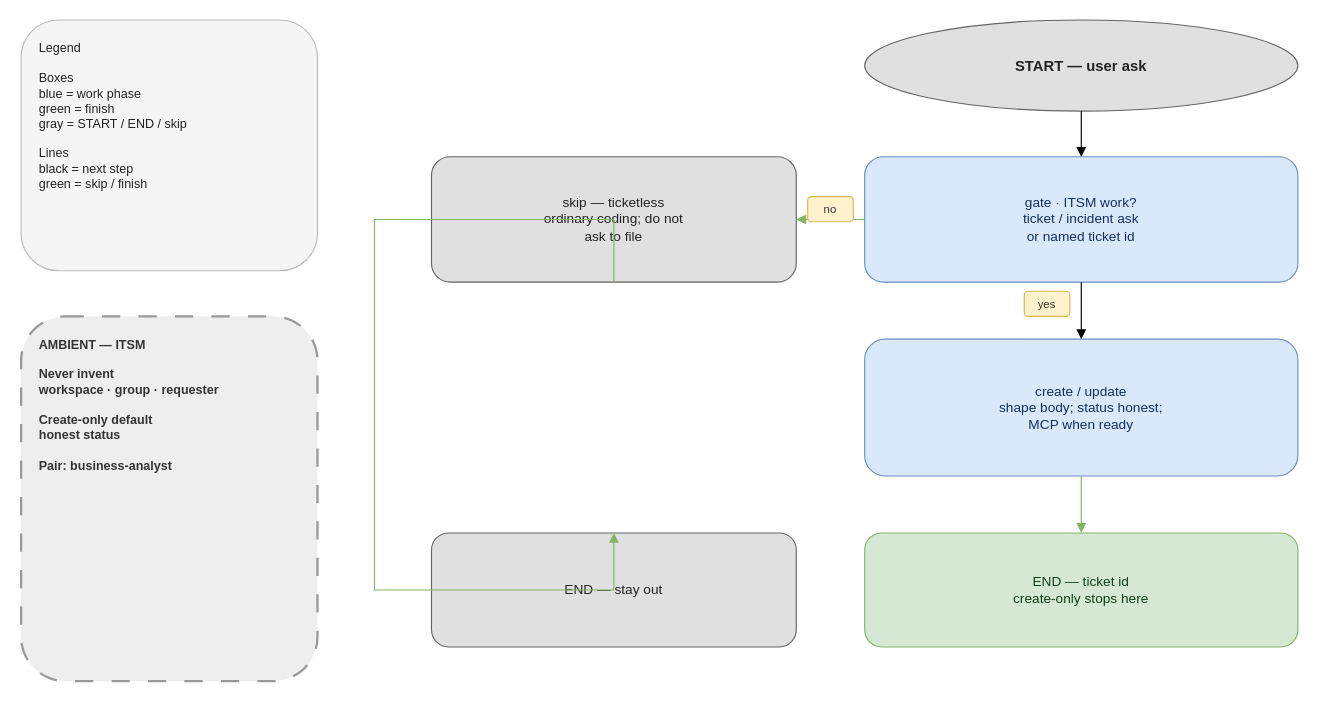
nodadyoushutup/marketplace keeps this draw.io diagram as plugins/freshservice/docs/freshservice-workflow.drawio. Above is the earlier version. Source tidied: cells renumbered, new cells numbered last; positions are measured from the earlier drawing's top-left corner, leaving out a move shared by most shapes. Both pictures are drawn from the tidied source at 114%, with x=0, y=0 at pixel (21, 19).
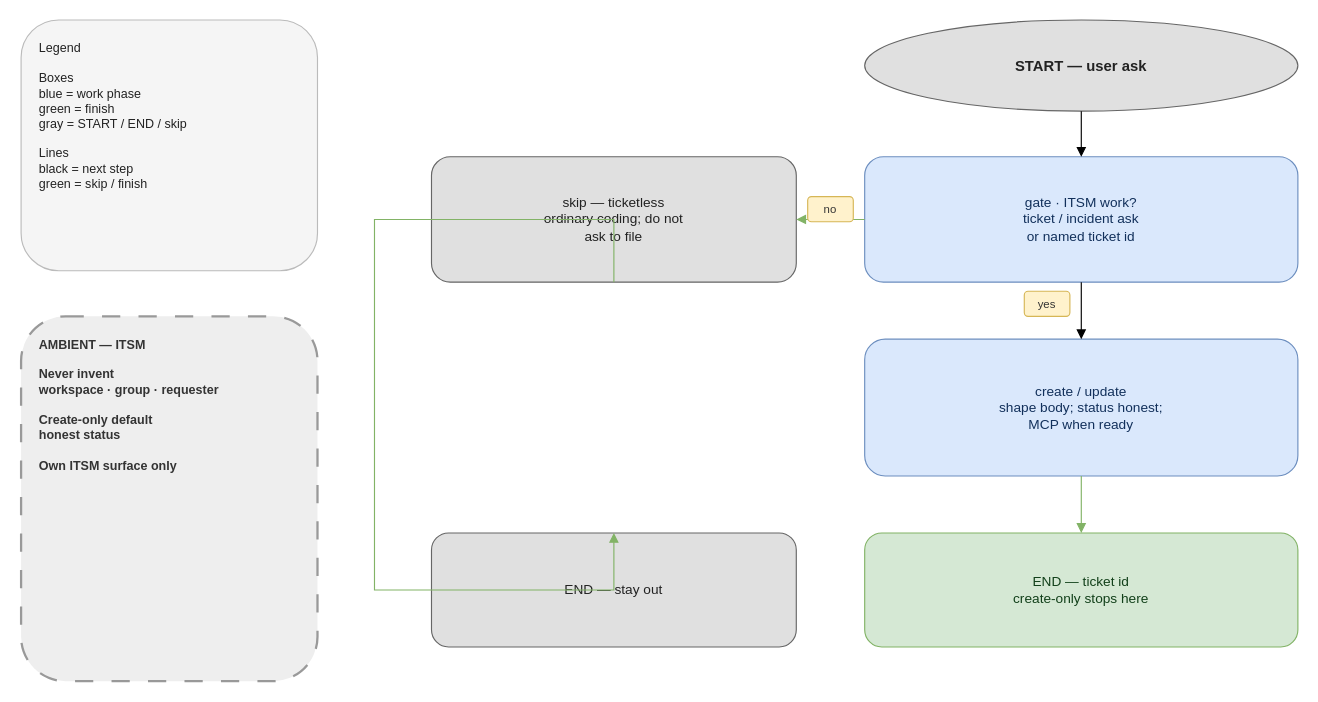
The same diagram, later.

The edit, as a diff of the source:
```diff
@@
 <mxGraphModel>
   <root>
     <mxCell id="0" />
     <mxCell id="1" parent="0" />
     <mxCell id="2" value="Legend&#10;&#10;Boxes&#10;blue = work phase&#10;green = finish&#10;gray = START / END / skip&#10;&#10;Lines&#10;black = next step&#10;green = skip / finish" style="rounded=1;whiteSpace=wrap;html=1;align=left;verticalAlign=top;spacingLeft=14;spacingRight=14;spacingTop=12;spacingBottom=12;fontSize=11;fillColor=#f5f5f5;strokeColor=#bbbbbb;fontColor=#222222;" parent="1" vertex="1">
       <mxGeometry width="260" height="220" as="geometry" />
     </mxCell>
-    <mxCell id="3" value="AMBIENT — ITSM&#10;&#10;Never invent&#10;workspace · group · requester&#10;&#10;Create-only default&#10;honest status&#10;&#10;Pair: business-analyst" style="rounded=1;whiteSpace=wrap;html=1;dashed=1;dashPattern=8 8;align=left;verticalAlign=top;spacingLeft=14;spacingRight=14;spacingTop=12;spacingBottom=12;fontSize=11;fontStyle=1;fillColor=#eeeeee;strokeColor=#999999;strokeWidth=2;fontColor=#333333;" parent="1" vertex="1">
+    <mxCell id="3" value="AMBIENT — ITSM&#10;&#10;Never invent&#10;workspace · group · requester&#10;&#10;Create-only default&#10;honest status&#10;&#10;Own ITSM surface only" style="rounded=1;whiteSpace=wrap;html=1;dashed=1;dashPattern=8 8;align=left;verticalAlign=top;spacingLeft=14;spacingRight=14;spacingTop=12;spacingBottom=12;fontSize=11;fontStyle=1;fillColor=#eeeeee;strokeColor=#999999;strokeWidth=2;fontColor=#333333;" parent="1" vertex="1">
       <mxGeometry y="260" width="260" height="320" as="geometry" />
     </mxCell>
     <mxCell id="4" value="START — user ask" style="ellipse;whiteSpace=wrap;html=1;align=center;verticalAlign=middle;fontSize=13;fontStyle=1;fillColor=#e0e0e0;strokeColor=#666666;fontColor=#222222;" parent="1" vertex="1">
       <mxGeometry x="740" width="380" height="80" as="geometry" />
     </mxCell>
     <mxCell id="5" value="gate · ITSM work?&#10;ticket / incident ask&#10;or named ticket id" style="rounded=1;whiteSpace=wrap;html=1;align=center;verticalAlign=middle;spacingLeft=12;spacingRight=12;fontSize=12;fillColor=#dae8fc;strokeColor=#6c8ebf;fontColor=#12305B;" parent="1" vertex="1">
       <mxGeometry x="740" y="120" width="380" height="110" as="geometry" />
     </mxCell>
     <mxCell id="6" value="skip — ticketless&#10;ordinary coding; do not&#10;ask to file" style="rounded=1;whiteSpace=wrap;html=1;align=center;verticalAlign=middle;spacingLeft=12;spacingRight=12;fontSize=12;fillColor=#e0e0e0;strokeColor=#666666;fontColor=#222222;" parent="1" vertex="1">
       <mxGeometry x="360" y="120" width="320" height="110" as="geometry" />
     </mxCell>
     <mxCell id="7" value="create / update&#10;shape body; status honest;&#10;MCP when ready" style="rounded=1;whiteSpace=wrap;html=1;align=center;verticalAlign=middle;spacingLeft=12;spacingRight=12;fontSize=12;fillColor=#dae8fc;strokeColor=#6c8ebf;fontColor=#12305B;" parent="1" vertex="1">
       <mxGeometry x="740" y="280" width="380" height="120" as="geometry" />
     </mxCell>
     <mxCell id="8" value="END — ticket id&#10;create-only stops here" style="rounded=1;whiteSpace=wrap;html=1;align=center;verticalAlign=middle;spacingLeft=12;spacingRight=12;fontSize=12;fillColor=#d5e8d4;strokeColor=#82b366;fontColor=#12401A;" parent="1" vertex="1">
       <mxGeometry x="740" y="450" width="380" height="100" as="geometry" />
     </mxCell>
     <mxCell id="9" value="END — stay out" style="rounded=1;whiteSpace=wrap;html=1;align=center;verticalAlign=middle;spacingLeft=12;spacingRight=12;fontSize=12;fillColor=#e0e0e0;strokeColor=#666666;fontColor=#222222;" parent="1" vertex="1">
       <mxGeometry x="360" y="450" width="320" height="100" as="geometry" />
     </mxCell>
     <mxCell id="10" style="edgeStyle=orthogonalEdgeStyle;rounded=0;html=1;endArrow=block;jumpStyle=arc;jumpSize=10;exitX=0.5;exitY=1;entryX=0.5;entryY=0;" parent="1" edge="1" source="4" target="5">
       <mxGeometry relative="1" as="geometry" />
     </mxCell>
     <mxCell id="11" style="edgeStyle=orthogonalEdgeStyle;rounded=0;html=1;endArrow=block;jumpStyle=arc;jumpSize=10;strokeColor=#82b366;exitX=0;exitY=0.5;entryX=1;entryY=0.5;" parent="1" edge="1" source="5" target="6">
       <mxGeometry relative="1" as="geometry" />
     </mxCell>
     <mxCell id="12" value="no" style="rounded=1;whiteSpace=wrap;html=1;align=center;verticalAlign=middle;fontSize=10;fillColor=#fff2cc;strokeColor=#d6b656;fontColor=#333333;" parent="1" vertex="1">
       <mxGeometry x="690" y="155" width="40" height="22" as="geometry" />
     </mxCell>
     <mxCell id="13" style="edgeStyle=orthogonalEdgeStyle;rounded=0;html=1;endArrow=block;jumpStyle=arc;jumpSize=10;exitX=0.5;exitY=1;entryX=0.5;entryY=0;" parent="1" edge="1" source="5" target="7">
       <mxGeometry relative="1" as="geometry" />
     </mxCell>
     <mxCell id="14" value="yes" style="rounded=1;whiteSpace=wrap;html=1;align=center;verticalAlign=middle;fontSize=10;fillColor=#fff2cc;strokeColor=#d6b656;fontColor=#333333;" parent="1" vertex="1">
       <mxGeometry x="880" y="238" width="40" height="22" as="geometry" />
     </mxCell>
     <mxCell id="15" style="edgeStyle=orthogonalEdgeStyle;rounded=0;html=1;endArrow=block;jumpStyle=arc;jumpSize=10;strokeColor=#82b366;exitX=0.5;exitY=1;entryX=0.5;entryY=0;" parent="1" edge="1" source="7" target="8">
       <mxGeometry relative="1" as="geometry" />
     </mxCell>
     <mxCell id="16" style="edgeStyle=orthogonalEdgeStyle;rounded=0;html=1;endArrow=block;jumpStyle=arc;jumpSize=10;strokeColor=#82b366;exitX=0.5;exitY=1;entryX=0.5;entryY=0;" parent="1" edge="1" source="6" target="9">
       <mxGeometry relative="1" as="geometry">
         <Array as="points">
           <mxPoint x="310" y="175" />
           <mxPoint x="310" y="500" />
         </Array>
       </mxGeometry>
     </mxCell>
   </root>
 </mxGraphModel>
```
